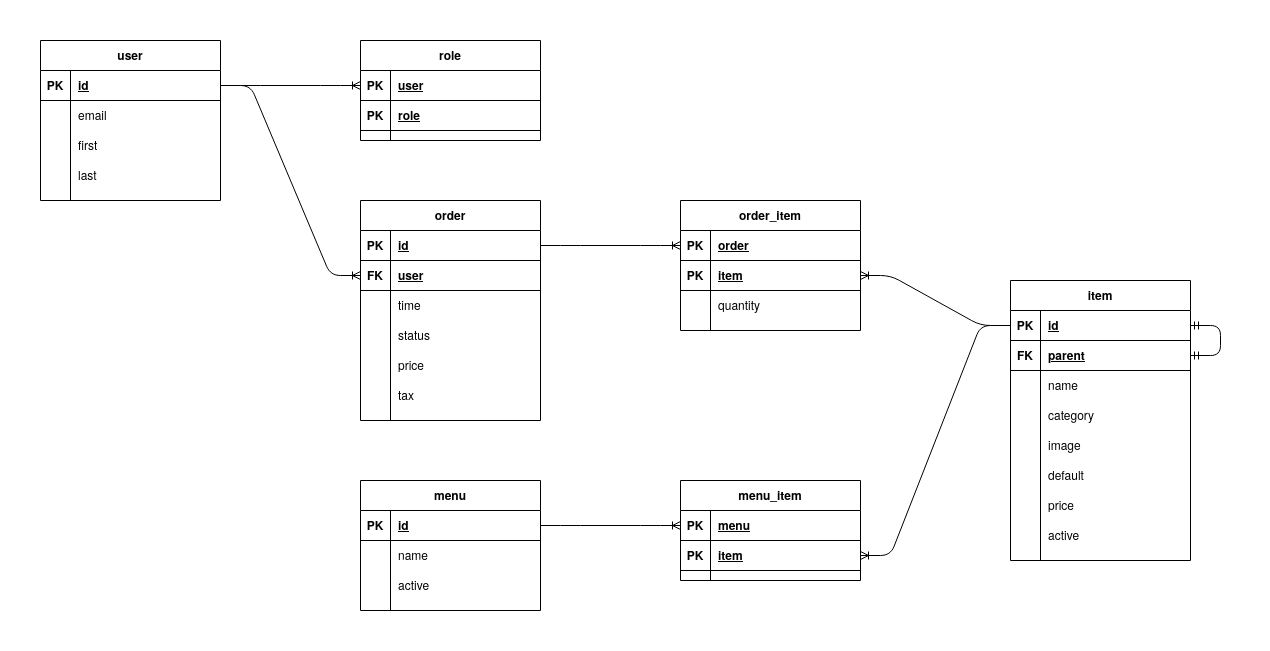
Before: doc/erd.png, a diagram exported from draw.io (randallwarners/acsg-545-restaurant). Source tidied: cells renumbered, new cells last; positions are measured from the earlier drawing's top-left corner, leaving out a move shared by most shapes.
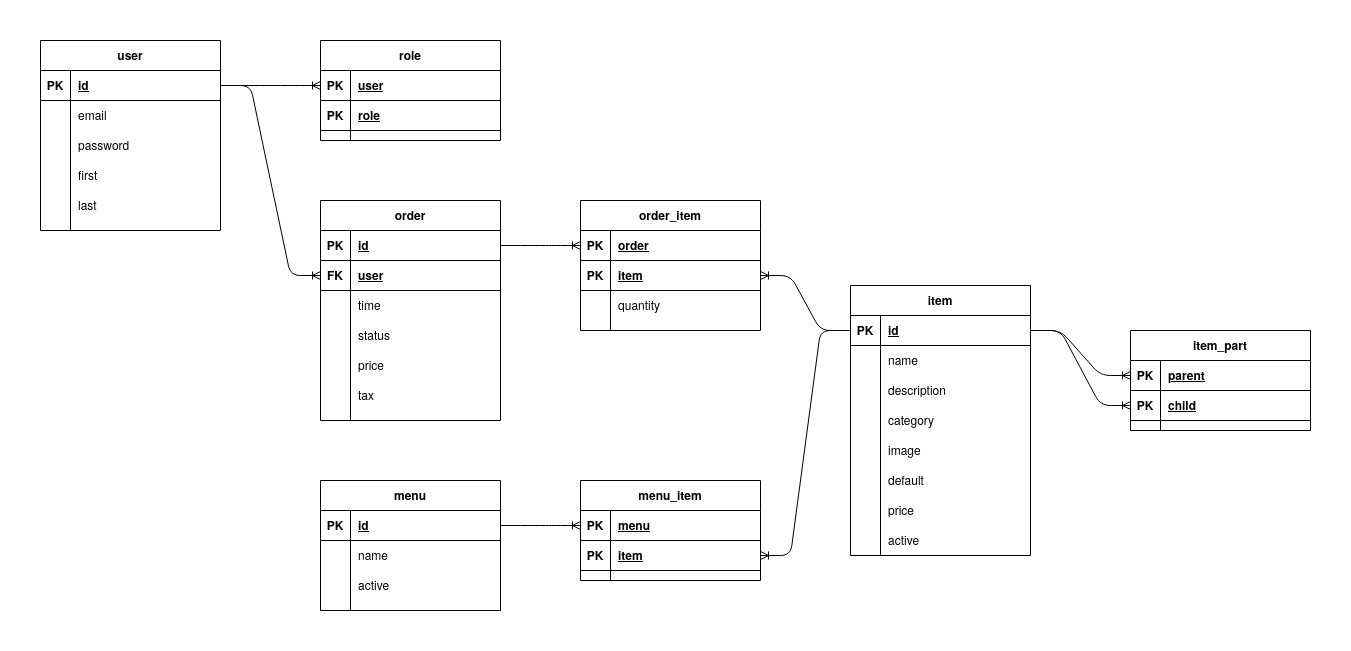
Above is the later version.

What changed in the source:
```diff
@@ -3,7 +3,7 @@
     <mxCell id="0" />
     <mxCell id="1" parent="0" />
     <mxCell id="2" value="user" style="shape=table;startSize=30;rowLines=0;fontStyle=1;align=center;" parent="1" vertex="1">
-      <mxGeometry width="180" height="160" as="geometry" />
+      <mxGeometry width="180" height="190" as="geometry" />
     </mxCell>
     <mxCell id="3" style="shape=partialRectangle;fillColor=none;top=0;left=0;bottom=1;right=0;points=[[0,0.5],[1,0.5]];portConstraint=eastwest;" parent="2" vertex="1">
       <mxGeometry y="30" width="180" height="30" as="geometry" />
@@ -23,8 +23,17 @@
     <mxCell id="8" value="email" style="shape=partialRectangle;fillColor=none;top=0;left=0;bottom=0;right=0;align=left;spacingLeft=6;overflow=hidden;" parent="6" vertex="1">
       <mxGeometry x="30" width="150" height="30" as="geometry" />
     </mxCell>
+    <mxCell id="100" style="shape=partialRectangle;fillColor=none;top=0;left=0;bottom=0;right=0;" parent="2" vertex="1">
+      <mxGeometry y="90" width="180" height="30" as="geometry" />
+    </mxCell>
+    <mxCell id="101" style="shape=partialRectangle;fillColor=none;top=0;left=0;bottom=0;right=0;overflow=hidden;" parent="100" vertex="1">
+      <mxGeometry width="30" height="30" as="geometry" />
+    </mxCell>
+    <mxCell id="102" value="password" style="shape=partialRectangle;fillColor=none;top=0;left=0;bottom=0;right=0;align=left;spacingLeft=6;overflow=hidden;" parent="100" vertex="1">
+      <mxGeometry x="30" width="150" height="30" as="geometry" />
+    </mxCell>
     <mxCell id="9" style="shape=partialRectangle;fillColor=none;top=0;left=0;bottom=0;right=0;" parent="2" vertex="1">
-      <mxGeometry y="90" width="180" height="30" as="geometry" />
+      <mxGeometry y="120" width="180" height="30" as="geometry" />
     </mxCell>
     <mxCell id="10" style="shape=partialRectangle;fillColor=none;top=0;left=0;bottom=0;right=0;overflow=hidden;" parent="9" vertex="1">
       <mxGeometry width="30" height="30" as="geometry" />
@@ -33,7 +42,7 @@
       <mxGeometry x="30" width="150" height="30" as="geometry" />
     </mxCell>
     <mxCell id="12" style="shape=partialRectangle;fillColor=none;top=0;left=0;bottom=0;right=0;" parent="2" vertex="1">
-      <mxGeometry y="120" width="180" height="30" as="geometry" />
+      <mxGeometry y="150" width="180" height="30" as="geometry" />
     </mxCell>
     <mxCell id="13" style="shape=partialRectangle;fillColor=none;top=0;left=0;bottom=0;right=0;overflow=hidden;" parent="12" vertex="1">
       <mxGeometry width="30" height="30" as="geometry" />
@@ -42,7 +51,7 @@
       <mxGeometry x="30" width="150" height="30" as="geometry" />
     </mxCell>
     <mxCell id="15" value="role" style="shape=table;startSize=30;rowLines=0;fontStyle=1;align=center;" parent="1" vertex="1">
-      <mxGeometry x="320" width="180" height="100" as="geometry" />
+      <mxGeometry x="280" width="180" height="100" as="geometry" />
     </mxCell>
     <mxCell id="16" style="shape=partialRectangle;fillColor=none;top=0;left=0;bottom=1;right=0;points=[[0,0.5],[1,0.5]];portConstraint=eastwest;" parent="15" vertex="1">
       <mxGeometry y="30" width="180" height="30" as="geometry" />
@@ -63,7 +72,7 @@
       <mxGeometry x="30" width="150" height="30" as="geometry" />
     </mxCell>
     <mxCell id="22" value="order" style="shape=table;startSize=30;rowLines=0;fontStyle=1;align=center;" parent="1" vertex="1">
-      <mxGeometry x="320" y="160" width="180" height="220" as="geometry" />
+      <mxGeometry x="280" y="160" width="180" height="220" as="geometry" />
     </mxCell>
     <mxCell id="23" style="shape=partialRectangle;fillColor=none;top=0;left=0;bottom=1;right=0;points=[[0,0.5],[1,0.5]];portConstraint=eastwest;" parent="22" vertex="1">
       <mxGeometry y="30" width="180" height="30" as="geometry" />
@@ -120,7 +129,7 @@
       <mxGeometry x="30" width="150" height="30" as="geometry" />
     </mxCell>
     <mxCell id="41" value="menu_item" style="shape=table;startSize=30;rowLines=0;fontStyle=1;align=center;" parent="1" vertex="1">
-      <mxGeometry x="640" y="440" width="180" height="100" as="geometry" />
+      <mxGeometry x="540" y="440" width="180" height="100" as="geometry" />
     </mxCell>
     <mxCell id="42" style="shape=partialRectangle;fillColor=none;top=0;left=0;bottom=1;right=0;points=[[0,0.5],[1,0.5]];portConstraint=eastwest;" parent="41" vertex="1">
       <mxGeometry y="30" width="180" height="30" as="geometry" />
@@ -141,7 +150,7 @@
       <mxGeometry x="30" width="150" height="30" as="geometry" />
     </mxCell>
     <mxCell id="48" value="item" style="shape=table;startSize=30;rowLines=0;fontStyle=1;align=center;" parent="1" vertex="1">
-      <mxGeometry x="970" y="240" width="180" height="280" as="geometry" />
+      <mxGeometry x="810" y="245" width="180" height="270" as="geometry" />
     </mxCell>
     <mxCell id="49" style="shape=partialRectangle;fillColor=none;top=0;left=0;bottom=1;right=0;points=[[0,0.5],[1,0.5]];portConstraint=eastwest;" parent="48" vertex="1">
       <mxGeometry y="30" width="180" height="30" as="geometry" />
@@ -152,17 +161,8 @@
     <mxCell id="51" value="id" style="shape=partialRectangle;fillColor=none;top=0;left=0;bottom=0;right=0;align=left;spacingLeft=6;fontStyle=5;overflow=hidden;" parent="49" vertex="1">
       <mxGeometry x="30" width="150" height="30" as="geometry" />
     </mxCell>
-    <mxCell id="52" style="shape=partialRectangle;fillColor=none;top=0;left=0;bottom=1;right=0;points=[[0,0.5],[1,0.5]];portConstraint=eastwest;" parent="48" vertex="1">
-      <mxGeometry y="60" width="180" height="30" as="geometry" />
-    </mxCell>
-    <mxCell id="53" value="FK" style="shape=partialRectangle;fillColor=none;top=0;left=0;bottom=0;right=0;fontStyle=1;overflow=hidden;" parent="52" vertex="1">
-      <mxGeometry width="30" height="30" as="geometry" />
-    </mxCell>
-    <mxCell id="54" value="parent" style="shape=partialRectangle;fillColor=none;top=0;left=0;bottom=0;right=0;align=left;spacingLeft=6;fontStyle=5;overflow=hidden;" parent="52" vertex="1">
-      <mxGeometry x="30" width="150" height="30" as="geometry" />
-    </mxCell>
     <mxCell id="55" style="shape=partialRectangle;fillColor=none;top=0;left=0;bottom=0;right=0;" parent="48" vertex="1">
-      <mxGeometry y="90" width="180" height="30" as="geometry" />
+      <mxGeometry y="60" width="180" height="30" as="geometry" />
     </mxCell>
     <mxCell id="56" style="shape=partialRectangle;fillColor=none;top=0;left=0;bottom=0;right=0;overflow=hidden;" parent="55" vertex="1">
       <mxGeometry width="30" height="30" as="geometry" />
@@ -170,6 +170,15 @@
     <mxCell id="57" value="name" style="shape=partialRectangle;fillColor=none;top=0;left=0;bottom=0;right=0;align=left;spacingLeft=6;overflow=hidden;" parent="55" vertex="1">
       <mxGeometry x="30" width="150" height="30" as="geometry" />
     </mxCell>
+    <mxCell id="103" style="shape=partialRectangle;fillColor=none;top=0;left=0;bottom=0;right=0;" parent="48" vertex="1">
+      <mxGeometry y="90" width="180" height="30" as="geometry" />
+    </mxCell>
+    <mxCell id="104" style="shape=partialRectangle;fillColor=none;top=0;left=0;bottom=0;right=0;overflow=hidden;" parent="103" vertex="1">
+      <mxGeometry width="30" height="30" as="geometry" />
+    </mxCell>
+    <mxCell id="105" value="description" style="shape=partialRectangle;fillColor=none;top=0;left=0;bottom=0;right=0;align=left;spacingLeft=6;overflow=hidden;" parent="103" vertex="1">
+      <mxGeometry x="30" width="150" height="30" as="geometry" />
+    </mxCell>
     <mxCell id="58" style="shape=partialRectangle;fillColor=none;top=0;left=0;bottom=0;right=0;" parent="48" vertex="1">
       <mxGeometry y="120" width="180" height="30" as="geometry" />
     </mxCell>
@@ -215,11 +224,8 @@
     <mxCell id="72" value="active" style="shape=partialRectangle;fillColor=none;top=0;left=0;bottom=0;right=0;align=left;spacingLeft=6;overflow=hidden;" parent="70" vertex="1">
       <mxGeometry x="30" width="150" height="30" as="geometry" />
     </mxCell>
-    <mxCell id="73" style="edgeStyle=entityRelationEdgeStyle;fontSize=12;html=1;endArrow=ERmandOne;startArrow=ERmandOne;exitX=1;exitY=0.5;exitDx=0;exitDy=0;entryX=1;entryY=0.5;entryDx=0;entryDy=0;" parent="48" edge="1" source="49" target="52">
-      <mxGeometry relative="1" as="geometry" />
-    </mxCell>
     <mxCell id="74" value="order_item" style="shape=table;startSize=30;rowLines=0;fontStyle=1;align=center;" parent="1" vertex="1">
-      <mxGeometry x="640" y="160" width="180" height="130" as="geometry" />
+      <mxGeometry x="540" y="160" width="180" height="130" as="geometry" />
     </mxCell>
     <mxCell id="75" style="shape=partialRectangle;fillColor=none;top=0;left=0;bottom=1;right=0;points=[[0,0.5],[1,0.5]];portConstraint=eastwest;" parent="74" vertex="1">
       <mxGeometry y="30" width="180" height="30" as="geometry" />
@@ -255,7 +261,7 @@
       <mxGeometry relative="1" as="geometry" />
     </mxCell>
     <mxCell id="86" value="menu" style="shape=table;startSize=30;rowLines=0;fontStyle=1;align=center;" parent="1" vertex="1">
-      <mxGeometry x="320" y="440" width="180" height="130" as="geometry" />
+      <mxGeometry x="280" y="440" width="180" height="130" as="geometry" />
     </mxCell>
     <mxCell id="87" style="shape=partialRectangle;fillColor=none;top=0;left=0;bottom=1;right=0;points=[[0,0.5],[1,0.5]];portConstraint=eastwest;" parent="86" vertex="1">
       <mxGeometry y="30" width="180" height="30" as="geometry" />
@@ -296,5 +302,32 @@
     <mxCell id="99" style="edgeStyle=entityRelationEdgeStyle;fontSize=12;html=1;endArrow=ERoneToMany;exitX=0;exitY=0.5;exitDx=0;exitDy=0;entryX=1;entryY=0.5;entryDx=0;entryDy=0;" parent="1" edge="1" source="49" target="45">
       <mxGeometry relative="1" as="geometry" />
     </mxCell>
+    <mxCell id="106" value="item_part" style="shape=table;startSize=30;rowLines=0;fontStyle=1;align=center;" parent="1" vertex="1">
+      <mxGeometry x="1090" y="290" width="180" height="100" as="geometry" />
+    </mxCell>
+    <mxCell id="107" style="shape=partialRectangle;fillColor=none;top=0;left=0;bottom=1;right=0;points=[[0,0.5],[1,0.5]];portConstraint=eastwest;" parent="106" vertex="1">
+      <mxGeometry y="30" width="180" height="30" as="geometry" />
+    </mxCell>
+    <mxCell id="108" value="PK" style="shape=partialRectangle;fillColor=none;top=0;left=0;bottom=0;right=0;fontStyle=1;overflow=hidden;" parent="107" vertex="1">
+      <mxGeometry width="30" height="30" as="geometry" />
+    </mxCell>
+    <mxCell id="54" value="parent" style="shape=partialRectangle;fillColor=none;top=0;left=0;bottom=0;right=0;align=left;spacingLeft=6;fontStyle=5;overflow=hidden;" parent="107" vertex="1">
+      <mxGeometry x="30" width="150" height="30" as="geometry" />
+    </mxCell>
+    <mxCell id="52" style="shape=partialRectangle;fillColor=none;top=0;left=0;bottom=1;right=0;points=[[0,0.5],[1,0.5]];portConstraint=eastwest;" parent="106" vertex="1">
+      <mxGeometry y="60" width="180" height="30" as="geometry" />
+    </mxCell>
+    <mxCell id="109" value="PK" style="shape=partialRectangle;fillColor=none;top=0;left=0;bottom=0;right=0;fontStyle=1;overflow=hidden;" parent="52" vertex="1">
+      <mxGeometry width="30" height="30" as="geometry" />
+    </mxCell>
+    <mxCell id="110" value="child" style="shape=partialRectangle;fillColor=none;top=0;left=0;bottom=0;right=0;align=left;spacingLeft=6;fontStyle=5;overflow=hidden;" parent="52" vertex="1">
+      <mxGeometry x="30" width="150" height="30" as="geometry" />
+    </mxCell>
+    <mxCell id="73" style="edgeStyle=entityRelationEdgeStyle;fontSize=12;html=1;endArrow=ERoneToMany;exitX=1;exitY=0.5;exitDx=0;exitDy=0;entryX=0;entryY=0.5;entryDx=0;entryDy=0;" parent="1" edge="1" source="49" target="52">
+      <mxGeometry relative="1" as="geometry" />
+    </mxCell>
+    <mxCell id="111" style="edgeStyle=entityRelationEdgeStyle;fontSize=12;html=1;endArrow=ERoneToMany;exitX=1;exitY=0.5;exitDx=0;exitDy=0;entryX=0;entryY=0.5;entryDx=0;entryDy=0;" parent="1" edge="1" source="49" target="107">
+      <mxGeometry relative="1" as="geometry" />
+    </mxCell>
   </root>
 </mxGraphModel>
```
